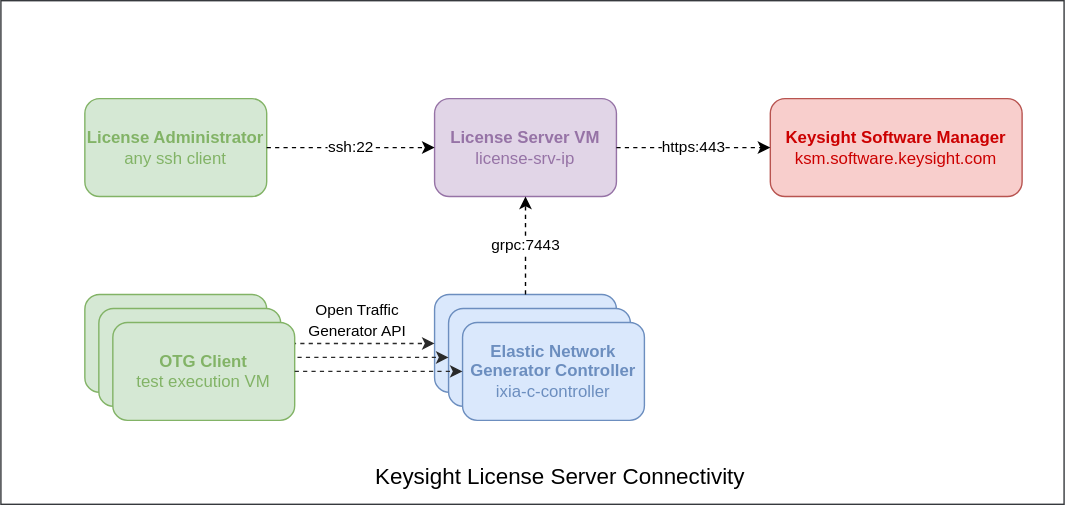
The draw.io diagram docs/res/license-server.drawio.svg in open-traffic-generator/ixia-c, before a commit. Source tidied: cells renumbered, new cells last; positions are measured from the earlier drawing's top-left corner, leaving out a move shared by most shapes.
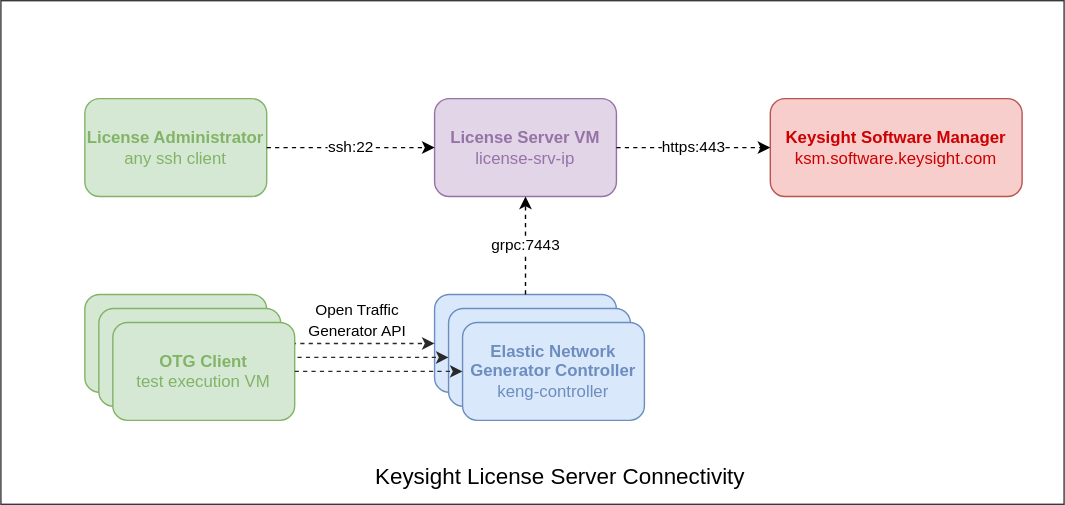
The same diagram one commit later.

Change to the diagram source:
```diff
@@ -54,7 +54,7 @@
     <mxCell id="17" value="OTG Client&lt;br&gt;&lt;span style=&quot;font-weight: normal;&quot;&gt;test execution VM&lt;/span&gt;" style="rounded=1;whiteSpace=wrap;html=1;fillColor=#d5e8d4;strokeColor=#82b366;fontStyle=1;fillStyle=hachure;fontColor=#82B366;" parent="1" vertex="1">
       <mxGeometry x="80" y="230" width="130" height="70" as="geometry" />
     </mxCell>
-    <mxCell id="18" value="&lt;font style=&quot;&quot;&gt;&lt;b&gt;Elastic Network Generator Controller&lt;/b&gt;&lt;br&gt;ixia-c-controller&lt;br&gt;&lt;/font&gt;" style="rounded=1;whiteSpace=wrap;html=1;fillColor=#dae8fc;strokeColor=#6c8ebf;fillStyle=hachure;fontColor=#6C8EBF;" parent="1" vertex="1">
+    <mxCell id="18" value="&lt;font style=&quot;&quot;&gt;&lt;b&gt;Elastic Network Generator Controller&lt;/b&gt;&lt;br&gt;&lt;font style=&quot;font-size: 12px;&quot;&gt;keng-controller&lt;/font&gt;&lt;br&gt;&lt;/font&gt;" style="rounded=1;whiteSpace=wrap;html=1;fillColor=#dae8fc;strokeColor=#6c8ebf;fillStyle=hachure;fontColor=#6C8EBF;" parent="1" vertex="1">
       <mxGeometry x="330" y="230" width="130" height="70" as="geometry" />
     </mxCell>
     <mxCell id="19" style="endArrow=classic;startArrow=none;html=1;strokeColor=#2a2a2a;fontColor=#333333;startFill=0;dashed=1;" parent="1" edge="1" source="17">
```
